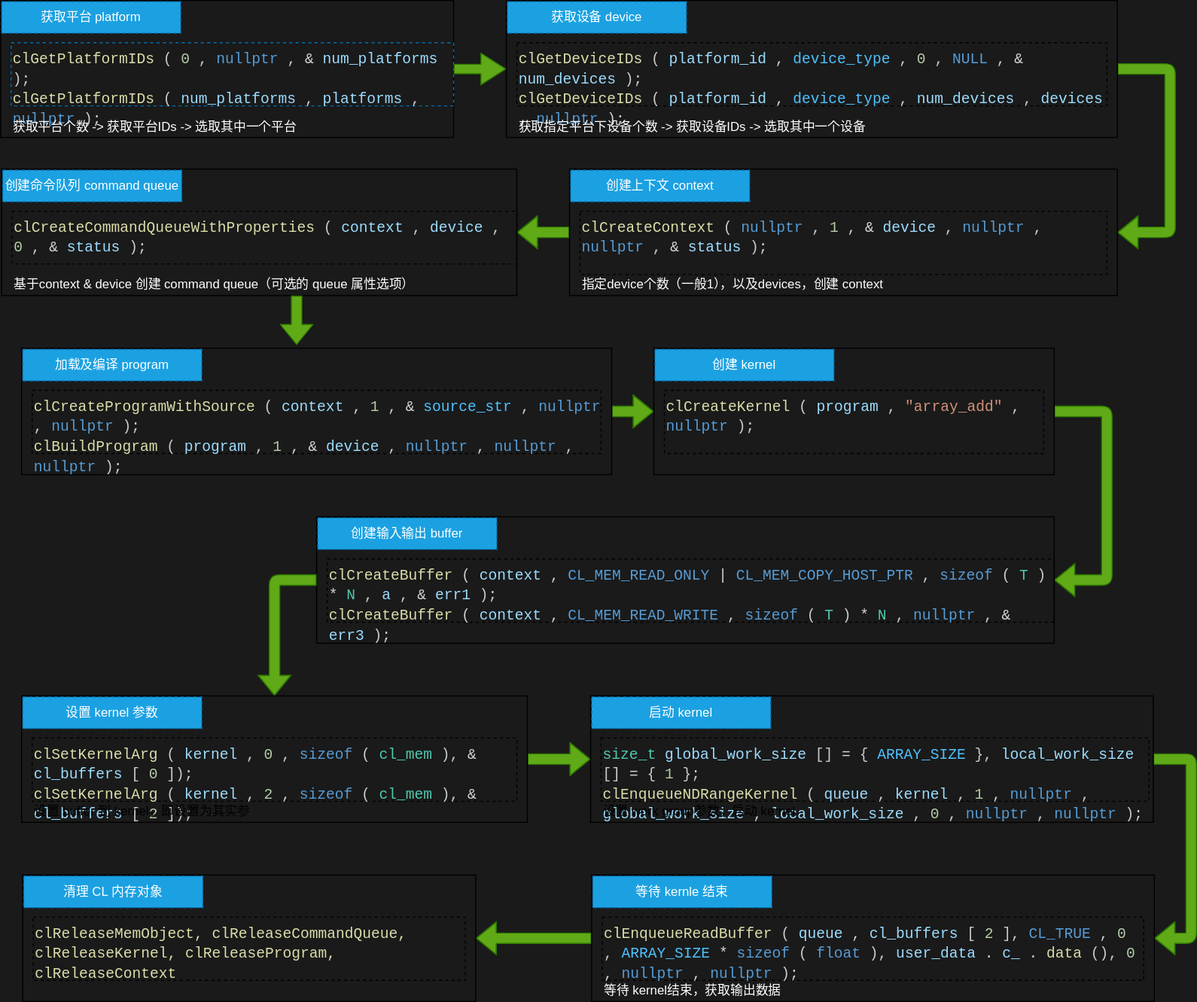
hxf0223/hxf0223.github.io keeps this draw.io diagram as assets/drawio/opencl-programing-flow.drawio.svg. Above is the earlier version. Source tidied: cells renumbered, new cells last; positions are measured from the earlier drawing's top-left corner, leaving out a move shared by most shapes.
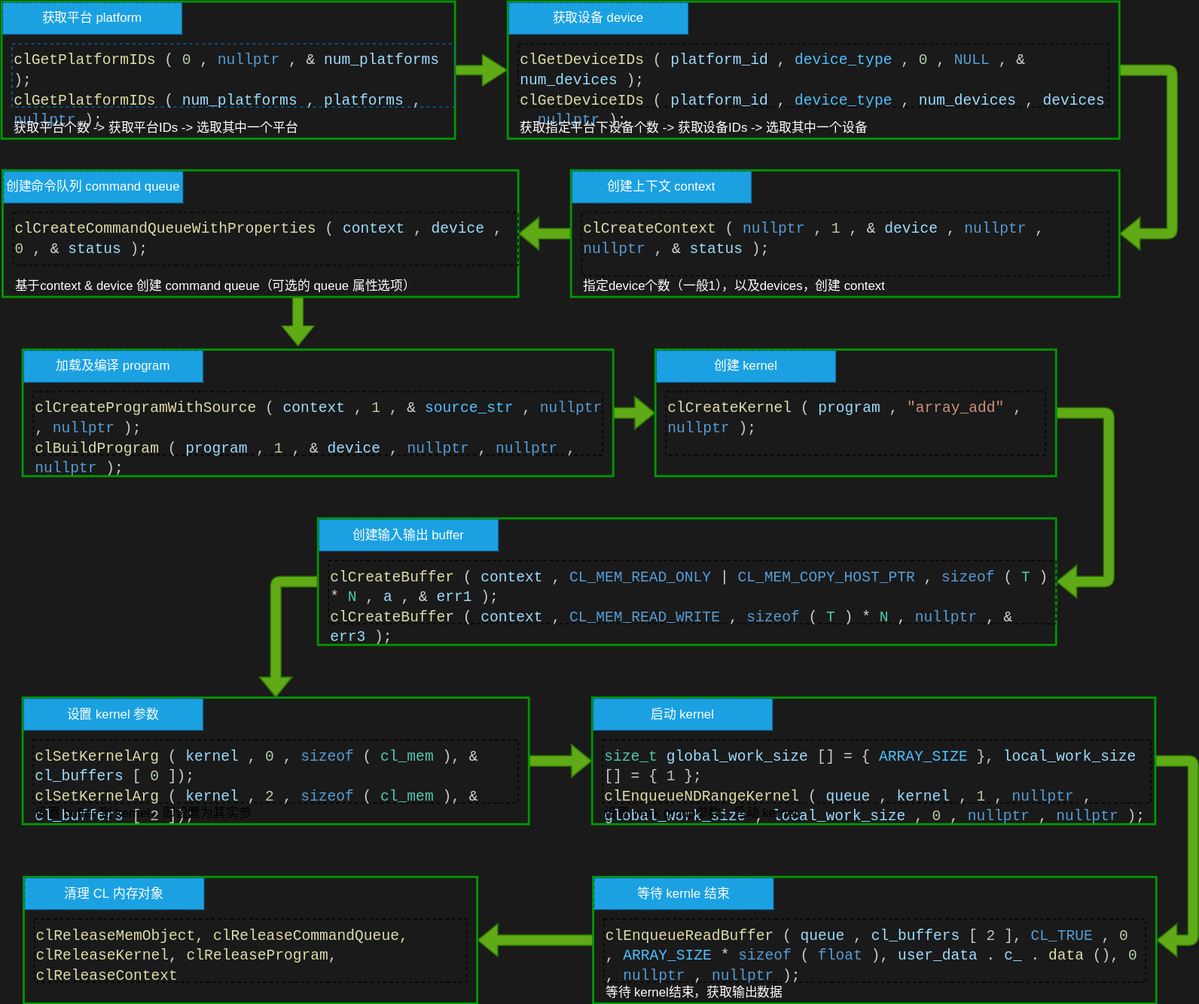
The same diagram one commit later.

What changed in the source:
```diff
@@ -4,3 +4,3 @@
     <mxCell id="1" parent="0" />
-    <mxCell id="2" style="rounded=0;whiteSpace=wrap;html=1;gradientColor=default;fillColor=none;" parent="1" vertex="1">
+    <mxCell id="2" style="rounded=0;whiteSpace=wrap;html=1;gradientColor=default;fillColor=none;strokeColor=#009900;strokeWidth=2;" parent="1" vertex="1">
       <mxGeometry width="430" height="130" as="geometry" />
@@ -26,3 +26,3 @@
     </mxCell>
-    <mxCell id="8" style="rounded=0;whiteSpace=wrap;html=1;fillColor=none;" parent="1" vertex="1">
+    <mxCell id="8" style="rounded=0;whiteSpace=wrap;html=1;fillColor=none;strokeWidth=2;strokeColor=#009900;" parent="1" vertex="1">
       <mxGeometry x="480" width="580" height="130" as="geometry" />
@@ -41,3 +41,3 @@
     </mxCell>
-    <mxCell id="13" style="rounded=0;whiteSpace=wrap;html=1;fillColor=none;" parent="1" vertex="1">
+    <mxCell id="13" style="rounded=0;whiteSpace=wrap;html=1;fillColor=none;strokeWidth=2;strokeColor=#009900;" parent="1" vertex="1">
       <mxGeometry x="540" y="160" width="520" height="120" as="geometry" />
@@ -53,3 +53,3 @@
     </mxCell>
-    <mxCell id="17" style="rounded=0;whiteSpace=wrap;html=1;fillColor=none;" parent="1" vertex="1">
+    <mxCell id="17" style="rounded=0;whiteSpace=wrap;html=1;fillColor=none;strokeColor=#009900;strokeWidth=2;" parent="1" vertex="1">
       <mxGeometry x="1" y="160" width="489" height="120" as="geometry" />
@@ -71,3 +71,3 @@
     </mxCell>
-    <mxCell id="23" style="rounded=0;whiteSpace=wrap;html=1;fillColor=none;" parent="1" vertex="1">
+    <mxCell id="23" style="rounded=0;whiteSpace=wrap;html=1;fillColor=none;strokeColor=#009900;strokeWidth=2;" parent="1" vertex="1">
       <mxGeometry x="20" y="330" width="560" height="120" as="geometry" />
@@ -87,3 +87,3 @@
     </mxCell>
-    <mxCell id="27" style="rounded=0;whiteSpace=wrap;html=1;fillColor=none;" parent="1" vertex="1">
+    <mxCell id="27" style="rounded=0;whiteSpace=wrap;html=1;fillColor=none;strokeColor=#009900;strokeWidth=2;" parent="1" vertex="1">
       <mxGeometry x="620" y="330" width="380" height="120" as="geometry" />
@@ -96,3 +96,3 @@
     </mxCell>
-    <mxCell id="30" style="rounded=0;whiteSpace=wrap;html=1;fillColor=none;" parent="1" vertex="1">
+    <mxCell id="30" style="rounded=0;whiteSpace=wrap;html=1;fillColor=none;strokeColor=#009900;strokeWidth=2;" parent="1" vertex="1">
       <mxGeometry x="300" y="490" width="700" height="120" as="geometry" />
@@ -115,3 +115,3 @@
     </mxCell>
-    <mxCell id="35" style="rounded=0;whiteSpace=wrap;html=1;fillColor=none;" parent="1" vertex="1">
+    <mxCell id="35" style="rounded=0;whiteSpace=wrap;html=1;fillColor=none;strokeWidth=2;strokeColor=#009900;" parent="1" vertex="1">
       <mxGeometry x="20" y="660" width="480" height="120" as="geometry" />
@@ -134,3 +134,3 @@
     </mxCell>
-    <mxCell id="40" style="rounded=0;whiteSpace=wrap;html=1;fillColor=none;" parent="1" vertex="1">
+    <mxCell id="40" style="rounded=0;whiteSpace=wrap;html=1;fillColor=none;strokeWidth=2;strokeColor=#009900;" parent="1" vertex="1">
       <mxGeometry x="560" y="660" width="534" height="120" as="geometry" />
@@ -149,3 +149,3 @@
     </mxCell>
-    <mxCell id="45" style="rounded=0;whiteSpace=wrap;html=1;fillColor=none;" parent="1" vertex="1">
+    <mxCell id="45" style="rounded=0;whiteSpace=wrap;html=1;fillColor=none;strokeWidth=2;strokeColor=#009900;" parent="1" vertex="1">
       <mxGeometry x="561" y="830" width="534" height="120" as="geometry" />
@@ -161,3 +161,3 @@
     </mxCell>
-    <mxCell id="49" style="rounded=0;whiteSpace=wrap;html=1;fillColor=none;" parent="1" vertex="1">
+    <mxCell id="49" style="rounded=0;whiteSpace=wrap;html=1;fillColor=none;strokeColor=#009900;strokeWidth=2;" parent="1" vertex="1">
       <mxGeometry x="21" y="830" width="430" height="120" as="geometry" />
```
